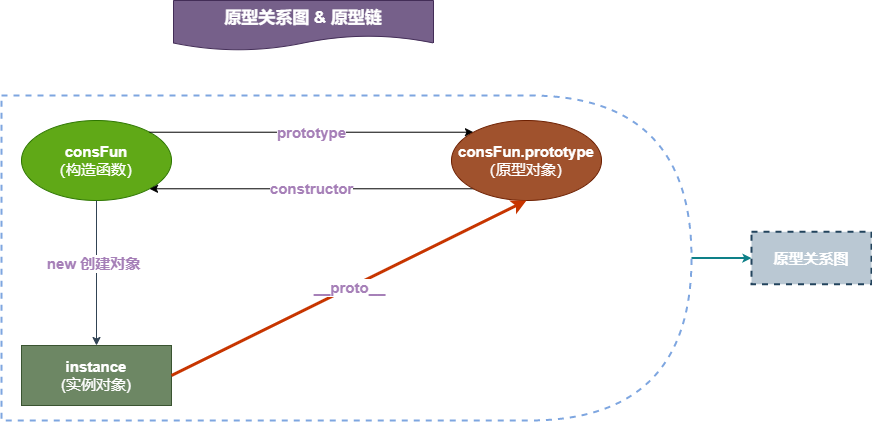
Above: 未命名绘图.drawio.png in arrayListTwo/draw (draw.io), before the change. Source tidied: cells renumbered, new cells last; positions are measured from the earlier drawing's top-left corner, leaving out a move shared by most shapes.
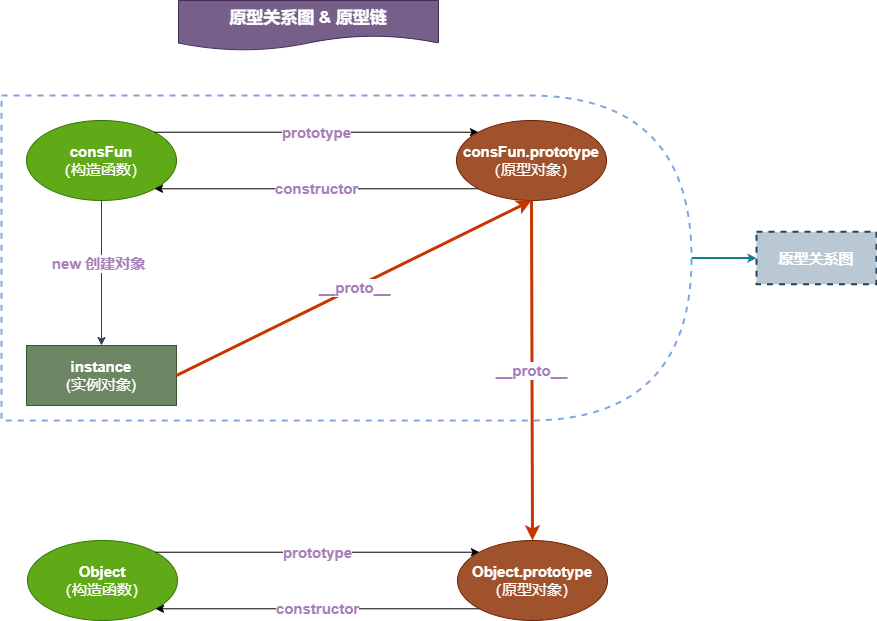
Above is the later version.

Commit message:
更新未命名绘图.drawio.png

What changed in the source:
```diff
@@ -6,7 +6,7 @@
       <mxGeometry relative="1" as="geometry" />
     </mxCell>
     <mxCell id="3" style="shape=delay;whiteSpace=wrap;html=1;fillColor=none;dashed=1;strokeColor=#7EA6E0;strokeWidth=2;" parent="1" vertex="1">
-      <mxGeometry y="95" width="690" height="325" as="geometry" />
+      <mxGeometry x="-5" y="95" width="690" height="325" as="geometry" />
     </mxCell>
     <mxCell id="4" value="&lt;font color=&quot;#ffffff&quot; style=&quot;font-size: 15px;&quot;&gt;&lt;b style=&quot;&quot;&gt;consFun&lt;/b&gt;&lt;br&gt;（构造函数）&lt;/font&gt;" style="ellipse;whiteSpace=wrap;html=1;fillStyle=auto;fillColor=#60a917;fontColor=#ffffff;strokeColor=#2D7600;" parent="1" vertex="1">
       <mxGeometry x="20" y="120" width="150" height="80" as="geometry" />
@@ -38,5 +38,20 @@
     <mxCell id="13" value="&lt;b&gt;&lt;font color=&quot;#ffffff&quot; style=&quot;font-size: 15px;&quot;&gt;原型关系图&lt;/font&gt;&lt;/b&gt;" style="shape=document;whiteSpace=wrap;html=1;boundedLbl=1;fillColor=#bac8d3;dashed=1;strokeWidth=2;size=0;strokeColor=#23445d;" parent="1" vertex="1">
       <mxGeometry x="750" y="231.2" width="120" height="52.5" as="geometry" />
     </mxCell>
+    <mxCell id="14" value="&lt;font color=&quot;#ffffff&quot; style=&quot;font-size: 15px;&quot;&gt;&lt;b&gt;Object&lt;/b&gt;&lt;br&gt;（构造函数）&lt;/font&gt;" style="ellipse;whiteSpace=wrap;html=1;fillStyle=auto;fillColor=#60a917;fontColor=#ffffff;strokeColor=#2D7600;" parent="1" vertex="1">
+      <mxGeometry x="21" y="540" width="150" height="80" as="geometry" />
+    </mxCell>
+    <mxCell id="15" value="&lt;font color=&quot;#a680b8&quot;&gt;&lt;b&gt;constructor&lt;/b&gt;&lt;/font&gt;" style="endArrow=classic;html=1;rounded=0;fontSize=15;fontColor=#000000;entryX=1;entryY=1;entryDx=0;entryDy=0;exitX=0;exitY=1;exitDx=0;exitDy=0;" parent="1" edge="1" source="17" target="14">
+      <mxGeometry relative="1" as="geometry" />
+    </mxCell>
+    <mxCell id="16" value="&lt;b&gt;prototype&lt;/b&gt;" style="endArrow=classic;html=1;rounded=0;fontSize=15;fontColor=#A680B8;entryX=0;entryY=0;entryDx=0;entryDy=0;exitX=1;exitY=0;exitDx=0;exitDy=0;" parent="1" edge="1" source="14" target="17">
+      <mxGeometry relative="1" as="geometry" />
+    </mxCell>
+    <mxCell id="17" value="&lt;span style=&quot;color: rgb(255, 255, 255); font-size: 15px;&quot;&gt;&lt;b&gt;Object.prototype&lt;/b&gt;&lt;/span&gt;&lt;br style=&quot;color: rgb(255, 255, 255); font-size: 15px;&quot;&gt;&lt;span style=&quot;color: rgb(255, 255, 255); font-size: 15px;&quot;&gt;（原型对象）&lt;/span&gt;" style="ellipse;whiteSpace=wrap;html=1;fillStyle=auto;fillColor=#a0522d;fontColor=#ffffff;strokeColor=#6D1F00;" parent="1" vertex="1">
+      <mxGeometry x="451" y="540" width="150" height="80" as="geometry" />
+    </mxCell>
+    <mxCell id="18" value="&lt;b&gt;__proto__&lt;/b&gt;" style="endArrow=classic;html=1;rounded=0;fontSize=15;fontColor=#A680B8;strokeWidth=3;fillColor=#fa6800;strokeColor=#C73500;entryX=0.5;entryY=0;entryDx=0;entryDy=0;exitX=0.5;exitY=1;exitDx=0;exitDy=0;" parent="1" edge="1" source="10" target="17">
+      <mxGeometry relative="1" as="geometry" />
+    </mxCell>
   </root>
 </mxGraphModel>
```
